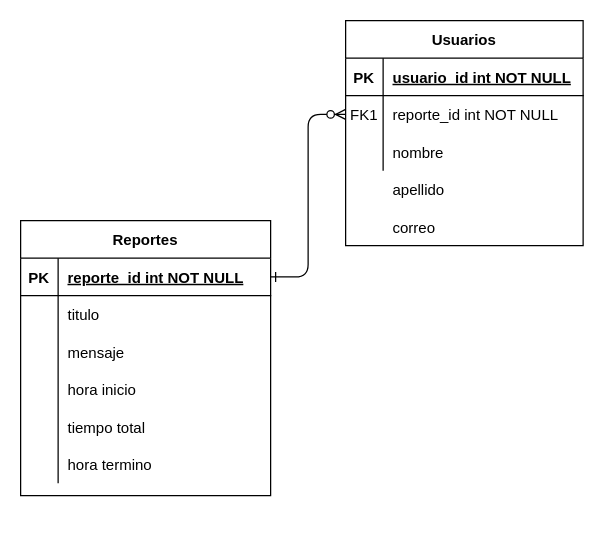
The draw.io diagram Diagrama sin título.drawio in Borzar/jz-notes, before the edit. Source tidied: cells renumbered, new cells numbered last; positions are measured from the earlier drawing's top-left corner, leaving out a move shared by most shapes. Both pictures are drawn from the tidied source at 125%, with x=0, y=0 at pixel (20, 20).
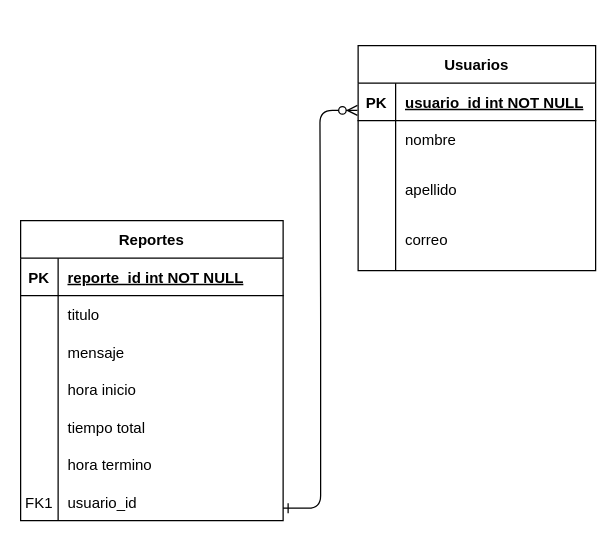
The same page after the edit.

The change refers to these unchanged cells:
```xml
<mxCell id="4" style="shape=partialRectangle;fillColor=none;points=[[0,0.5],[1,0.5]];portConstraint=eastwest;top=0;left=0;right=0;bottom=1;" parent="3" vertex="1">
  <mxGeometry y="30" width="190" height="30" as="geometry" />
</mxCell>
<mxCell id="7" style="shape=partialRectangle;fillColor=none;points=[[0,0.5],[1,0.5]];portConstraint=eastwest;top=0;left=0;right=0;bottom=0;" parent="3" vertex="1">
  <mxGeometry y="60" width="190" height="30" as="geometry" />
</mxCell>
```

Diff of the diagram source:
```diff
@@
-    <mxCell id="2" style="edgeStyle=entityRelationEdgeStyle;endArrow=ERzeroToMany;startArrow=ERone;endFill=1;startFill=0;" parent="1" edge="1" source="14" target="7">
-      <mxGeometry relative="1" as="geometry" />
+    <mxCell id="2" style="edgeStyle=entityRelationEdgeStyle;endArrow=ERzeroToMany;startArrow=ERone;endFill=1;startFill=0;entryX=-0.003;entryY=0.727;entryDx=0;entryDy=0;entryPerimeter=0;" parent="1" edge="1" target="4">
+      <mxGeometry relative="1" as="geometry">
+        <mxPoint x="210" y="390" as="sourcePoint" />
+      </mxGeometry>
     </mxCell>
     <mxCell id="3" value="Usuarios" style="shape=table;startSize=30;childLayout=tableLayout;rowLines=0;fontStyle=1;align=center;" parent="1" vertex="1">
-      <mxGeometry x="260" width="190" height="180" as="geometry" />
+      <mxGeometry x="270" y="20" width="190" height="180" as="geometry" />
     </mxCell>
@@
-    <mxCell id="8" value="FK1" style="shape=partialRectangle;overflow=hidden;fillColor=none;top=0;left=0;bottom=0;right=0;" parent="7" vertex="1">
+    <mxCell id="8" style="shape=partialRectangle;overflow=hidden;fillColor=none;top=0;left=0;bottom=0;right=0;" parent="7" vertex="1">
       <mxGeometry width="30" height="30" as="geometry" />
     </mxCell>
-    <mxCell id="9" value="reporte_id int NOT NULL" style="shape=partialRectangle;overflow=hidden;fillColor=none;top=0;left=0;bottom=0;right=0;align=left;spacingLeft=6;" parent="7" vertex="1">
+    <mxCell id="9" style="shape=partialRectangle;overflow=hidden;fillColor=none;top=0;left=0;bottom=0;right=0;align=left;spacingLeft=6;" parent="7" vertex="1">
       <mxGeometry x="30" width="160" height="30" as="geometry" />
     </mxCell>
     <mxCell id="10" style="shape=partialRectangle;fillColor=none;top=0;left=0;right=0;bottom=0;" parent="3" vertex="1">
-      <mxGeometry y="90" width="190" height="30" as="geometry" />
+      <mxGeometry y="90" width="190" height="90" as="geometry" />
     </mxCell>
     <mxCell id="11" style="shape=partialRectangle;overflow=hidden;fillColor=none;top=0;left=0;bottom=0;right=0;" parent="10" vertex="1">
-      <mxGeometry width="30" height="30" as="geometry" />
+      <mxGeometry width="30" height="90" as="geometry" />
     </mxCell>
-    <mxCell id="12" value="nombre" style="shape=partialRectangle;overflow=hidden;fillColor=none;top=0;left=0;bottom=0;right=0;align=left;spacingLeft=6;" parent="10" vertex="1">
-      <mxGeometry x="30" width="160" height="30" as="geometry" />
+    <mxCell id="12" style="shape=partialRectangle;overflow=hidden;fillColor=none;top=0;left=0;bottom=0;right=0;align=left;spacingLeft=6;" parent="10" vertex="1">
+      <mxGeometry x="30" width="160" height="90" as="geometry" />
     </mxCell>
     <mxCell id="13" value="Reportes" style="shape=table;startSize=30;childLayout=tableLayout;rowLines=0;fontStyle=1;align=center;" parent="1" vertex="1">
-      <mxGeometry y="160" width="200" height="220" as="geometry" />
+      <mxGeometry y="160" width="210" height="240" as="geometry" />
     </mxCell>
     <mxCell id="14" style="shape=partialRectangle;fillColor=none;points=[[0,0.5],[1,0.5]];portConstraint=eastwest;top=0;left=0;right=0;bottom=1;" parent="13" vertex="1">
-      <mxGeometry y="30" width="200" height="30" as="geometry" />
+      <mxGeometry y="30" width="210" height="30" as="geometry" />
     </mxCell>
@@
     <mxCell id="16" value="reporte_id int NOT NULL" style="shape=partialRectangle;overflow=hidden;fillColor=none;top=0;left=0;bottom=0;right=0;align=left;spacingLeft=6;fontStyle=5;" parent="14" vertex="1">
-      <mxGeometry x="30" width="170" height="30" as="geometry" />
+      <mxGeometry x="30" width="180" height="30" as="geometry" />
     </mxCell>
     <mxCell id="17" style="shape=partialRectangle;fillColor=none;top=0;left=0;right=0;bottom=0;" parent="13" vertex="1">
-      <mxGeometry y="60" width="200" height="150" as="geometry" />
+      <mxGeometry y="60" width="210" height="180" as="geometry" />
     </mxCell>
     <mxCell id="18" style="shape=partialRectangle;overflow=hidden;fillColor=none;top=0;left=0;bottom=0;right=0;" parent="17" vertex="1">
-      <mxGeometry width="30" height="150" as="geometry" />
+      <mxGeometry width="30" height="180" as="geometry" />
     </mxCell>
     <mxCell id="19" style="shape=partialRectangle;overflow=hidden;fillColor=none;top=0;left=0;bottom=0;right=0;align=left;spacingLeft=6;" parent="17" vertex="1">
-      <mxGeometry x="30" width="170" height="150" as="geometry" />
+      <mxGeometry x="30" width="180" height="180" as="geometry" />
     </mxCell>
@@
+    <mxCell id="26" value="nombre" style="shape=partialRectangle;overflow=hidden;fillColor=none;top=0;left=0;bottom=0;right=0;align=left;spacingLeft=6;" parent="1" vertex="1">
+      <mxGeometry x="300" y="80" width="160" height="30" as="geometry" />
+    </mxCell>
+    <mxCell id="27" value="usuario_id" style="shape=partialRectangle;overflow=hidden;fillColor=none;top=0;left=0;bottom=0;right=0;align=left;spacingLeft=6;" parent="1" vertex="1">
+      <mxGeometry x="30" y="370" width="240" height="30" as="geometry" />
+    </mxCell>
+    <mxCell id="28" value="FK1" style="shape=partialRectangle;overflow=hidden;fillColor=none;top=0;left=0;bottom=0;right=0;" parent="1" vertex="1">
+      <mxGeometry y="370" width="30" height="30" as="geometry" />
+    </mxCell>
     <mxCell id="25" value="apellido" style="shape=partialRectangle;overflow=hidden;fillColor=none;top=0;left=0;bottom=0;right=0;align=left;spacingLeft=6;" parent="1" vertex="1">
-      <mxGeometry x="290" y="120" width="160" height="30" as="geometry" />
+      <mxGeometry x="300" y="120" width="160" height="30" as="geometry" />
     </mxCell>
-    <mxCell id="26" value="correo" style="shape=partialRectangle;overflow=hidden;fillColor=none;top=0;left=0;bottom=0;right=0;align=left;spacingLeft=6;" parent="1" vertex="1">
-      <mxGeometry x="290" y="150" width="160" height="30" as="geometry" />
-    </mxCell>
+    <mxCell id="29" value="correo" style="shape=partialRectangle;overflow=hidden;fillColor=none;top=0;left=0;bottom=0;right=0;align=left;spacingLeft=6;" parent="1" vertex="1">
+      <mxGeometry x="300" y="160" width="160" height="30" as="geometry" />
+    </mxCell>
```
